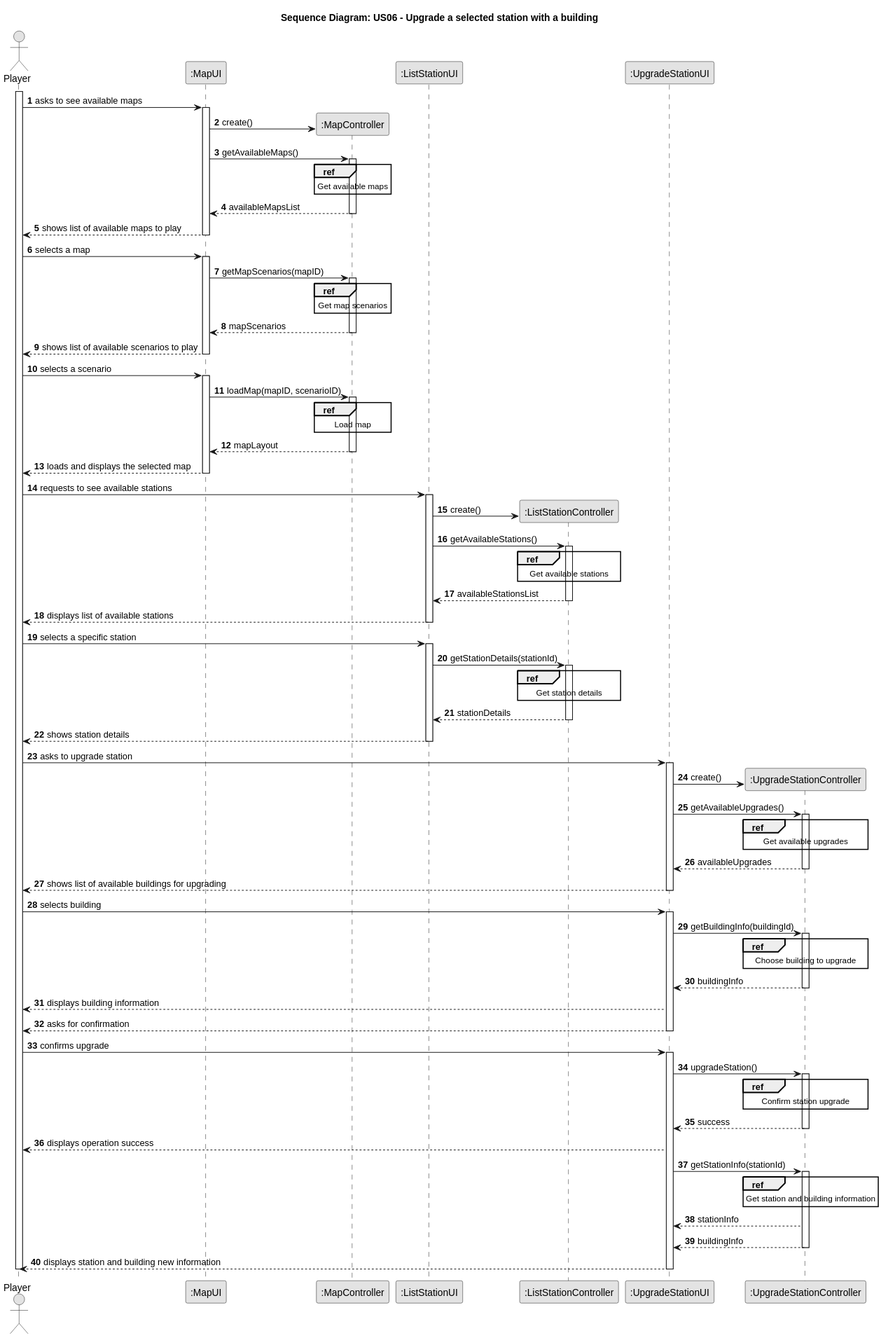
This is docs/system-documentation/Sprint 3/US06/03.design/svg/US06-SD-split.svg from HenriqueSilva18/Railway-Network-Simulator, a PlantUML export, as it was before one commit. Its diagram source:
```plantuml
@startuml
skinparam monochrome true
skinparam packageStyle rectangle
skinparam shadowing false

autonumber

title Sequence Diagram: US06 - Upgrade a selected station with a building

actor "Player" as player
participant ":MapUI" as mapUI
participant ":MapController" as mapCTRL
participant ":ListStationUI" as listStationUI
participant ":ListStationController" as listStationCTRL
participant ":UpgradeStationUI" as UI
participant ":UpgradeStationController" as CTRL

activate player

    player -> mapUI: asks to see available maps
        activate mapUI
        mapUI -> mapCTRL**: create()
        mapUI -> mapCTRL: getAvailableMaps()
            activate mapCTRL
                ref over mapCTRL
                    Get available maps
                end
            mapCTRL --> mapUI: availableMapsList
            deactivate mapCTRL
        mapUI --> player: shows list of available maps to play
        deactivate mapUI

    player -> mapUI: selects a map
        activate mapUI
        mapUI -> mapCTRL: getMapScenarios(mapID)
            activate mapCTRL
                ref over mapCTRL
                    Get map scenarios
                end
            mapCTRL --> mapUI: mapScenarios
            deactivate mapCTRL
        mapUI --> player: shows list of available scenarios to play
        deactivate mapUI
    player -> mapUI: selects a scenario

        activate mapUI
        mapUI -> mapCTRL: loadMap(mapID, scenarioID)
            activate mapCTRL
                ref over mapCTRL
                    Load map
                end
            mapCTRL --> mapUI: mapLayout
            deactivate mapCTRL
        mapUI --> player: loads and displays the selected map
        deactivate mapUI

    player -> listStationUI: requests to see available stations
        activate listStationUI
        listStationUI -> listStationCTRL**: create()
        listStationUI -> listStationCTRL: getAvailableStations()
            activate listStationCTRL
                ref over listStationCTRL
                    Get available stations
                end
            listStationCTRL --> listStationUI: availableStationsList
            deactivate listStationCTRL
        listStationUI --> player: displays list of available stations
        deactivate listStationUI

    player -> listStationUI: selects a specific station
        activate listStationUI
        listStationUI -> listStationCTRL: getStationDetails(stationId)
            activate listStationCTRL
                ref over listStationCTRL
                    Get station details
                end
            listStationCTRL --> listStationUI: stationDetails
            deactivate listStationCTRL
        listStationUI --> player: shows station details
        deactivate listStationUI

    player -> UI: asks to upgrade station
        activate UI
        UI -> CTRL**: create()
        UI -> CTRL: getAvailableUpgrades()
            activate CTRL
                ref over CTRL
                    Get available upgrades
                end
            CTRL --> UI: availableUpgrades
            deactivate CTRL
        UI --> player: shows list of available buildings for upgrading
        deactivate UI

    player -> UI: selects building
        activate UI
        UI -> CTRL: getBuildingInfo(buildingId)
            activate CTRL
                ref over CTRL
                    Choose building to upgrade
                end
            CTRL --> UI: buildingInfo
            deactivate CTRL
        UI --> player: displays building information
        UI --> player: asks for confirmation
        deactivate UI

    player -> UI: confirms upgrade
        activate UI
        UI -> CTRL: upgradeStation()
            activate CTRL
                ref over CTRL
                    Confirm station upgrade
                end
            CTRL --> UI: success
            deactivate CTRL
        UI --> player: displays operation success
        UI -> CTRL: getStationInfo(stationId)
            activate CTRL
                ref over CTRL
                    Get station and building information
                end
            CTRL --> UI: stationInfo
            CTRL --> UI: buildingInfo
            deactivate CTRL
        UI --> player: displays station and building new information
        deactivate UI

deactivate player
@enduml
```
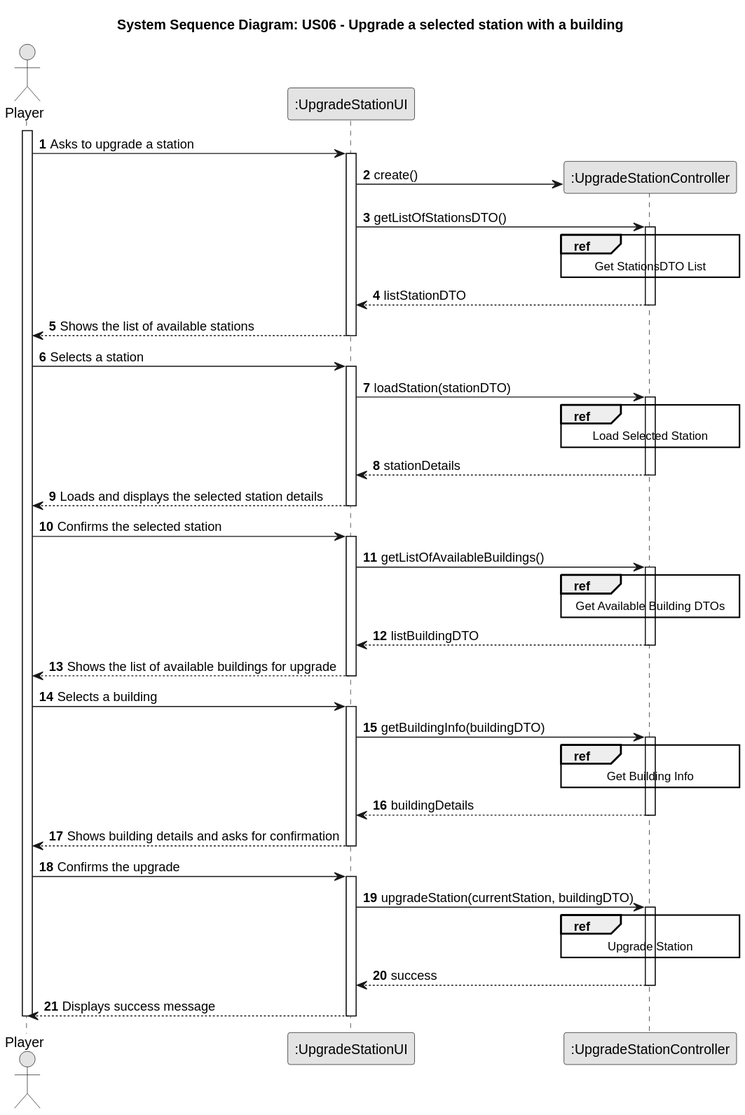
The same file after the commit.

What changed in the source:
```diff
@@ -5,126 +5,66 @@
 
 autonumber
 
-title Sequence Diagram: US06 - Upgrade a selected station with a building
+title System Sequence Diagram: US06 - Upgrade a selected station with a building
 
-actor "Player" as player
-participant ":MapUI" as mapUI
-participant ":MapController" as mapCTRL
-participant ":ListStationUI" as listStationUI
-participant ":ListStationController" as listStationCTRL
+actor "Player" as PLAYER
 participant ":UpgradeStationUI" as UI
 participant ":UpgradeStationController" as CTRL
 
-activate player
+activate PLAYER
 
-    player -> mapUI: asks to see available maps
-        activate mapUI
-        mapUI -> mapCTRL**: create()
-        mapUI -> mapCTRL: getAvailableMaps()
-            activate mapCTRL
-                ref over mapCTRL
-                    Get available maps
-                end
-            mapCTRL --> mapUI: availableMapsList
-            deactivate mapCTRL
-        mapUI --> player: shows list of available maps to play
-        deactivate mapUI
+PLAYER -> UI : Asks to upgrade a station
+activate UI
 
-    player -> mapUI: selects a map
-        activate mapUI
-        mapUI -> mapCTRL: getMapScenarios(mapID)
-            activate mapCTRL
-                ref over mapCTRL
-                    Get map scenarios
-                end
-            mapCTRL --> mapUI: mapScenarios
-            deactivate mapCTRL
-        mapUI --> player: shows list of available scenarios to play
-        deactivate mapUI
-    player -> mapUI: selects a scenario
+UI -> CTRL** : create()
+UI -> CTRL : getListOfStationsDTO()
+activate CTRL
+ref over CTRL : Get StationsDTO List
+CTRL --> UI : listStationDTO
+deactivate CTRL
 
-        activate mapUI
-        mapUI -> mapCTRL: loadMap(mapID, scenarioID)
-            activate mapCTRL
-                ref over mapCTRL
-                    Load map
-                end
-            mapCTRL --> mapUI: mapLayout
-            deactivate mapCTRL
-        mapUI --> player: loads and displays the selected map
-        deactivate mapUI
+UI --> PLAYER : Shows the list of available stations
+deactivate UI
 
-    player -> listStationUI: requests to see available stations
-        activate listStationUI
-        listStationUI -> listStationCTRL**: create()
-        listStationUI -> listStationCTRL: getAvailableStations()
-            activate listStationCTRL
-                ref over listStationCTRL
-                    Get available stations
-                end
-            listStationCTRL --> listStationUI: availableStationsList
-            deactivate listStationCTRL
-        listStationUI --> player: displays list of available stations
-        deactivate listStationUI
+PLAYER -> UI : Selects a station
+activate UI
+UI -> CTRL : loadStation(stationDTO)
+activate CTRL
+ref over CTRL : Load Selected Station
+CTRL --> UI : stationDetails
+deactivate CTRL
+UI --> PLAYER : Loads and displays the selected station details
+deactivate UI
 
-    player -> listStationUI: selects a specific station
-        activate listStationUI
-        listStationUI -> listStationCTRL: getStationDetails(stationId)
-            activate listStationCTRL
-                ref over listStationCTRL
-                    Get station details
-                end
-            listStationCTRL --> listStationUI: stationDetails
-            deactivate listStationCTRL
-        listStationUI --> player: shows station details
-        deactivate listStationUI
+PLAYER -> UI : Confirms the selected station
+activate UI
+UI -> CTRL : getListOfAvailableBuildings()
+activate CTRL
+ref over CTRL : Get Available Building DTOs
+CTRL --> UI : listBuildingDTO
+deactivate CTRL
+UI --> PLAYER : Shows the list of available buildings for upgrade
+deactivate UI
 
-    player -> UI: asks to upgrade station
-        activate UI
-        UI -> CTRL**: create()
-        UI -> CTRL: getAvailableUpgrades()
-            activate CTRL
-                ref over CTRL
-                    Get available upgrades
-                end
-            CTRL --> UI: availableUpgrades
-            deactivate CTRL
-        UI --> player: shows list of available buildings for upgrading
-        deactivate UI
+PLAYER -> UI : Selects a building
+activate UI
+UI -> CTRL : getBuildingInfo(buildingDTO)
+activate CTRL
+ref over CTRL : Get Building Info
+CTRL --> UI : buildingDetails
+deactivate CTRL
+UI --> PLAYER : Shows building details and asks for confirmation
+deactivate UI
 
-    player -> UI: selects building
-        activate UI
-        UI -> CTRL: getBuildingInfo(buildingId)
-            activate CTRL
-                ref over CTRL
-                    Choose building to upgrade
-                end
-            CTRL --> UI: buildingInfo
-            deactivate CTRL
-        UI --> player: displays building information
-        UI --> player: asks for confirmation
-        deactivate UI
+PLAYER -> UI : Confirms the upgrade
+activate UI
+UI -> CTRL : upgradeStation(currentStation, buildingDTO)
+activate CTRL
+ref over CTRL : Upgrade Station
+CTRL --> UI : success
+deactivate CTRL
+UI --> PLAYER : Displays success message
+deactivate UI
 
-    player -> UI: confirms upgrade
-        activate UI
-        UI -> CTRL: upgradeStation()
-            activate CTRL
-                ref over CTRL
-                    Confirm station upgrade
-                end
-            CTRL --> UI: success
-            deactivate CTRL
-        UI --> player: displays operation success
-        UI -> CTRL: getStationInfo(stationId)
-            activate CTRL
-                ref over CTRL
-                    Get station and building information
-                end
-            CTRL --> UI: stationInfo
-            CTRL --> UI: buildingInfo
-            deactivate CTRL
-        UI --> player: displays station and building new information
-        deactivate UI
-
-deactivate player
+deactivate PLAYER
 @enduml
```
